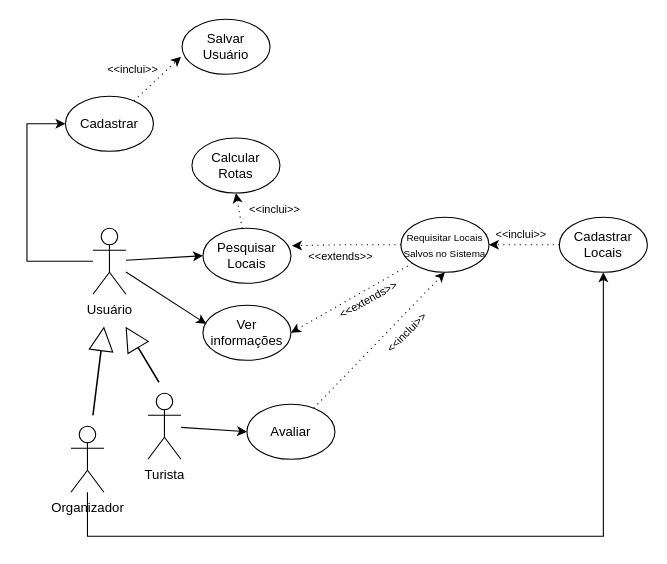
Earlier version of the draw.io diagram DiagramaClasse_Ver01.drawio (END-the/ewrerwewr). Source tidied: cells renumbered, new cells numbered last; positions are measured from the earlier drawing's top-left corner, leaving out a move shared by most shapes. Both pictures are drawn from the tidied source at 110%, with x=0, y=0 at pixel (26, 19).
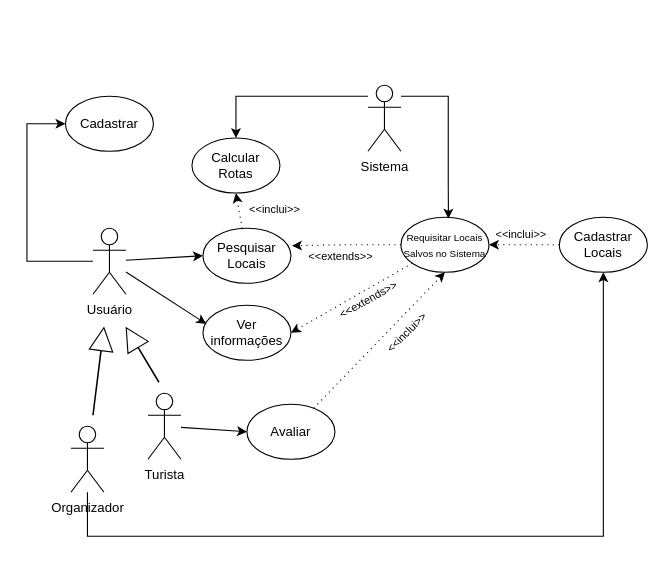
After the change.

Unchanged cells that the change refers to:
```xml
<mxCell id="10" value="Calcular Rotas" style="ellipse;whiteSpace=wrap;html=1;" parent="1" vertex="1">
  <mxGeometry x="150" y="108" width="80" height="50" as="geometry" />
</mxCell>
<mxCell id="12" value="&lt;font style=&quot;font-size: 9px;&quot;&gt;Requisitar Locais Salvos no Sistema&lt;/font&gt;" style="ellipse;whiteSpace=wrap;html=1;" parent="1" vertex="1">
  <mxGeometry x="340" y="180" width="80" height="50" as="geometry" />
</mxCell>
<mxCell id="22" value="Cadastrar" style="ellipse;whiteSpace=wrap;html=1;" parent="1" vertex="1">
  <mxGeometry x="35" y="70" width="80" height="50" as="geometry" />
</mxCell>
```

The edit, as a diff of the source:
```diff
@@
-    <mxCell id="23" value="Salvar Usuário" style="ellipse;whiteSpace=wrap;html=1;" parent="1" vertex="1">
-      <mxGeometry x="141" width="80" height="50" as="geometry" />
-    </mxCell>
-    <mxCell id="24" style="rounded=0;jettySize=auto;html=1;entryX=-0.012;entryY=0.68;entryDx=0;entryDy=0;entryPerimeter=0;dashed=1;dashPattern=1 4;" parent="1" edge="1" source="22" target="23">
-      <mxGeometry relative="1" as="geometry" />
-    </mxCell>
-    <mxCell id="25" value="&lt;font style=&quot;font-size: 10px;&quot;&gt;&amp;lt;&amp;lt;inclui&amp;gt;&amp;gt;&lt;/font&gt;" style="text;html=1;align=center;verticalAlign=middle;strokeColor=none;fillColor=none;" parent="1" vertex="1">
-      <mxGeometry x="61" y="30" width="70" height="30" as="geometry" />
-    </mxCell>
@@
+    <mxCell id="32" style="edgeStyle=orthogonalEdgeStyle;rounded=0;jettySize=auto;html=1;entryX=0.5;entryY=0;entryDx=0;entryDy=0;" parent="1" edge="1" source="33" target="10">
+      <mxGeometry relative="1" as="geometry">
+        <Array as="points">
+          <mxPoint x="190" y="70" />
+        </Array>
+      </mxGeometry>
+    </mxCell>
+    <mxCell id="33" value="&lt;div&gt;Sistema&lt;/div&gt;&lt;div&gt;&lt;br&gt;&lt;/div&gt;" style="shape=umlActor;verticalLabelPosition=bottom;verticalAlign=top;html=1;outlineConnect=0;" parent="1" vertex="1">
+      <mxGeometry x="310" y="60" width="30" height="60" as="geometry" />
+    </mxCell>
+    <mxCell id="34" style="edgeStyle=orthogonalEdgeStyle;rounded=0;jettySize=auto;html=1;entryX=0.54;entryY=0.025;entryDx=0;entryDy=0;entryPerimeter=0;" parent="1" edge="1" source="33" target="12">
+      <mxGeometry relative="1" as="geometry">
+        <Array as="points">
+          <mxPoint x="383" y="70" />
+          <mxPoint x="383" y="150" />
+        </Array>
+      </mxGeometry>
+    </mxCell>
```
